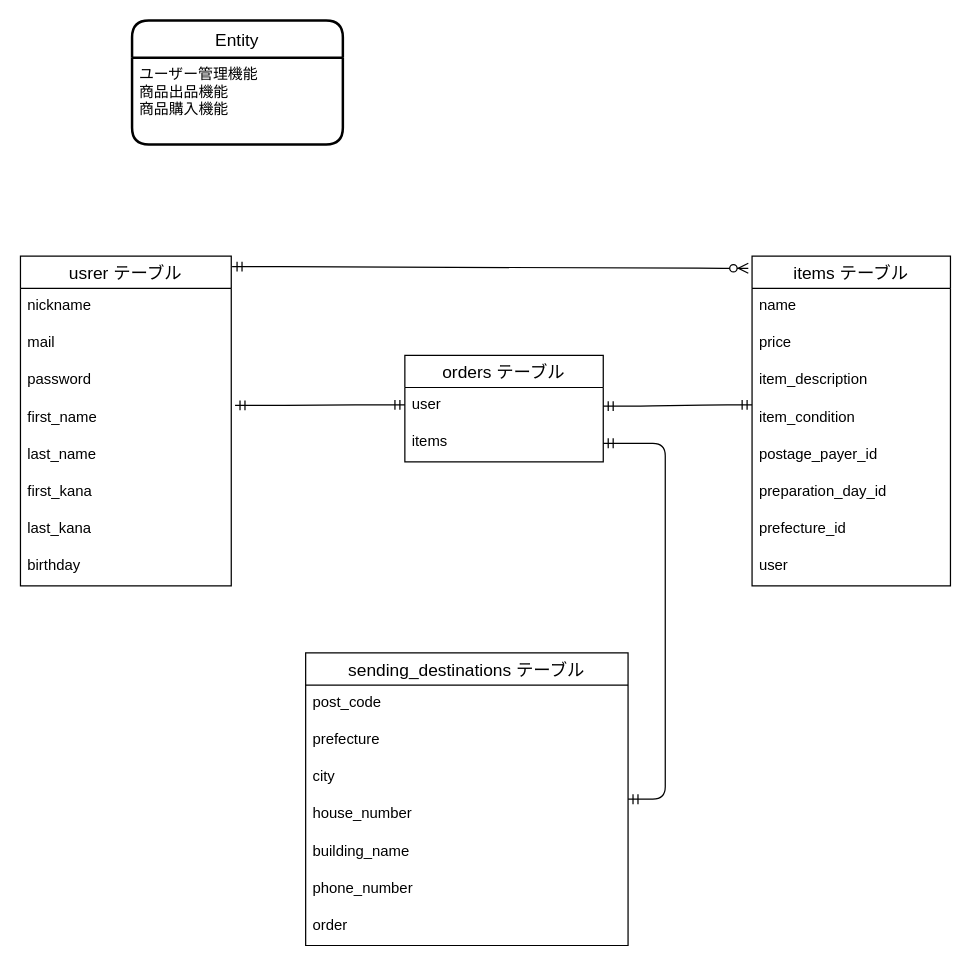
This is furima-40469.dio from jones-2earth/furima-40469, a draw.io file, before an edit. Source tidied: cells renumbered, new cells numbered last; positions are measured from the earlier drawing's top-left corner, leaving out a move shared by most shapes. Both pictures are drawn from the tidied source at 124%, with x=0, y=0 at pixel (20, 20).
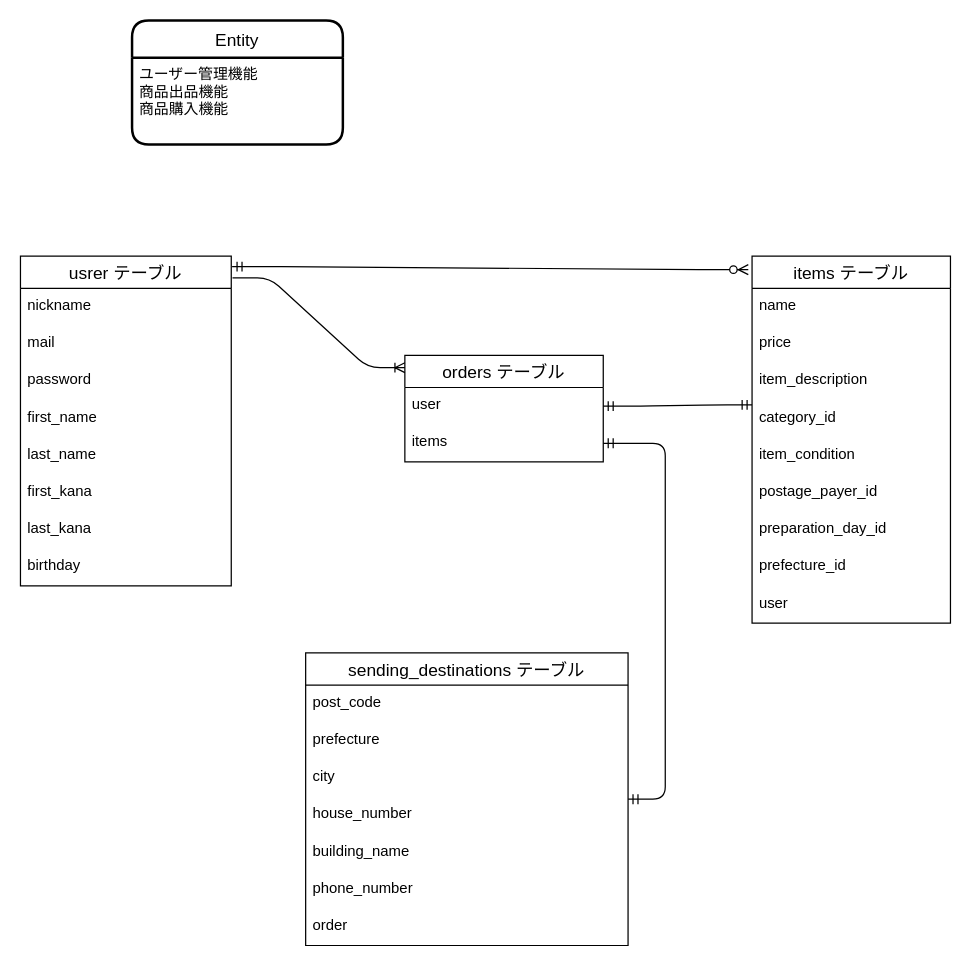
After the change.

Unchanged cells that the change refers to:
```xml
<mxCell id="13" value="usrer テーブル" style="swimlane;fontStyle=0;horizontal=1;startSize=26;align=center;fontSize=14;" parent="1" vertex="1">
  <mxGeometry y="190" width="170" height="266" as="geometry" />
</mxCell>
<mxCell id="17" value="first_name" style="text;strokeColor=none;fillColor=none;spacingLeft=4;spacingRight=4;overflow=hidden;points=[[0,0.5],[1,0.5]];portConstraint=eastwest;fontSize=12;" parent="13" vertex="1">
  <mxGeometry y="116" width="170" height="30" as="geometry" />
</mxCell>
```

The edit, as a diff of the source:
```diff
@@
     <mxCell id="4" value="items テーブル" style="swimlane;fontStyle=0;horizontal=1;startSize=26;align=center;fontSize=14;" parent="1" vertex="1">
-      <mxGeometry x="590" y="190" width="160" height="266" as="geometry" />
+      <mxGeometry x="590" y="190" width="160" height="296" as="geometry" />
     </mxCell>
@@
+    <mxCell id="37" value="category_id" style="text;strokeColor=none;fillColor=none;spacingLeft=4;spacingRight=4;overflow=hidden;fontSize=12;" parent="4" vertex="1">
+      <mxGeometry y="116" width="160" height="30" as="geometry" />
+    </mxCell>
     <mxCell id="8" value="item_condition" style="text;strokeColor=none;fillColor=none;spacingLeft=4;spacingRight=4;overflow=hidden;fontSize=12;" parent="4" vertex="1">
-      <mxGeometry y="116" width="160" height="30" as="geometry" />
+      <mxGeometry y="146" width="160" height="30" as="geometry" />
     </mxCell>
     <mxCell id="9" value="postage_payer_id" style="text;strokeColor=none;fillColor=none;spacingLeft=4;spacingRight=4;overflow=hidden;fontSize=12;" parent="4" vertex="1">
-      <mxGeometry y="146" width="160" height="30" as="geometry" />
+      <mxGeometry y="176" width="160" height="30" as="geometry" />
     </mxCell>
     <mxCell id="10" value="preparation_day_id" style="text;strokeColor=none;fillColor=none;spacingLeft=4;spacingRight=4;overflow=hidden;fontSize=12;" parent="4" vertex="1">
-      <mxGeometry y="176" width="160" height="30" as="geometry" />
+      <mxGeometry y="206" width="160" height="30" as="geometry" />
     </mxCell>
     <mxCell id="11" value="prefecture_id" style="text;strokeColor=none;fillColor=none;spacingLeft=4;spacingRight=4;overflow=hidden;fontSize=12;" parent="4" vertex="1">
-      <mxGeometry y="206" width="160" height="30" as="geometry" />
+      <mxGeometry y="236" width="160" height="30" as="geometry" />
     </mxCell>
     <mxCell id="12" value="user" style="text;strokeColor=none;fillColor=none;spacingLeft=4;spacingRight=4;overflow=hidden;fontSize=12;" parent="4" vertex="1">
-      <mxGeometry y="236" width="160" height="30" as="geometry" />
+      <mxGeometry y="266" width="160" height="30" as="geometry" />
     </mxCell>
@@
-    <mxCell id="34" style="edgeStyle=entityRelationEdgeStyle;fontSize=12;html=1;endArrow=ERmandOne;startArrow=ERmandOne;exitX=1.018;exitY=0.147;exitDx=0;exitDy=0;exitPerimeter=0;" parent="1" edge="1" source="17">
-      <mxGeometry relative="1" as="geometry">
-        <mxPoint x="310" y="310" as="targetPoint" />
-      </mxGeometry>
-    </mxCell>
@@
+    <mxCell id="38" style="edgeStyle=entityRelationEdgeStyle;fontSize=12;html=1;endArrow=ERoneToMany;exitX=1.006;exitY=0.066;exitDx=0;exitDy=0;exitPerimeter=0;" parent="1" edge="1" source="13">
+      <mxGeometry relative="1" as="geometry">
+        <mxPoint x="310" y="280" as="targetPoint" />
+      </mxGeometry>
+    </mxCell>
```
